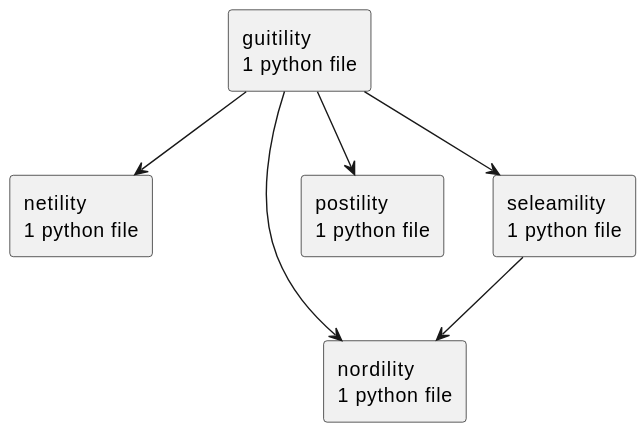
This is docs/diagrams/python-packages.puml.svg from casonk/citegres, a PlantUML export, as it was before one commit.
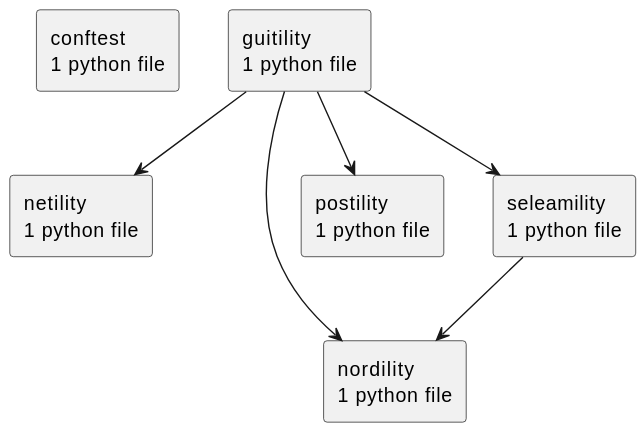
After the commit.

The edit, as a diff of the source:
```diff
@@ -2,6 +2,7 @@
 set namespaceSeparator none
 top to bottom direction
 skinparam componentStyle rectangle
+rectangle "conftest\n1 python file" as conftest
 rectangle "guitility\n1 python file" as guitility
 rectangle "netility\n1 python file" as netility
 rectangle "nordility\n1 python file" as nordility
```
